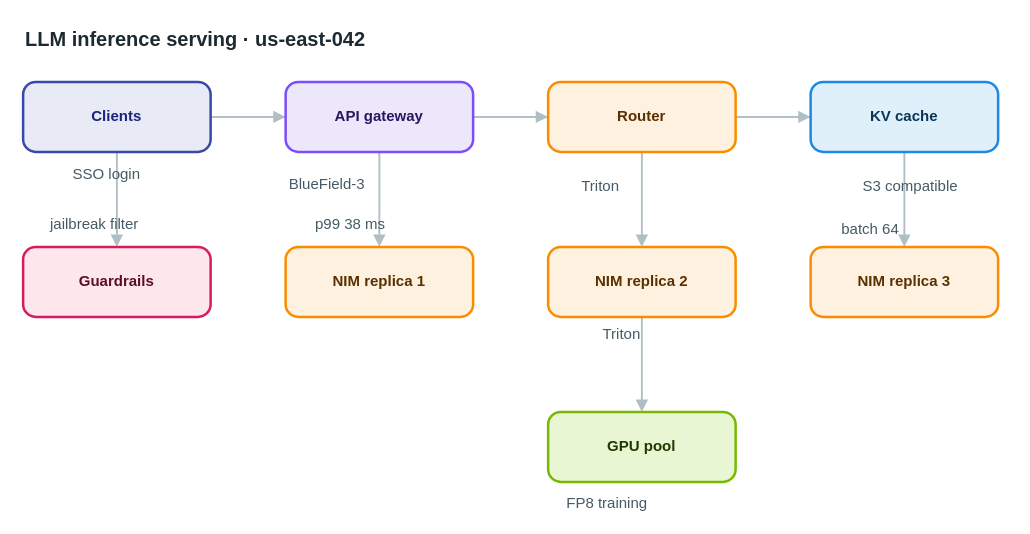
This is apps/web/public/samples/library/042-llm-inference-serving.drawio from AryanG01/open-apprentice, a draw.io file, before an edit. Source tidied: cells renumbered, new cells numbered last; positions are measured from the earlier drawing's top-left corner, leaving out a move shared by most shapes. Both pictures are drawn from the tidied source at 125%, with x=0, y=0 at pixel (22, 21).
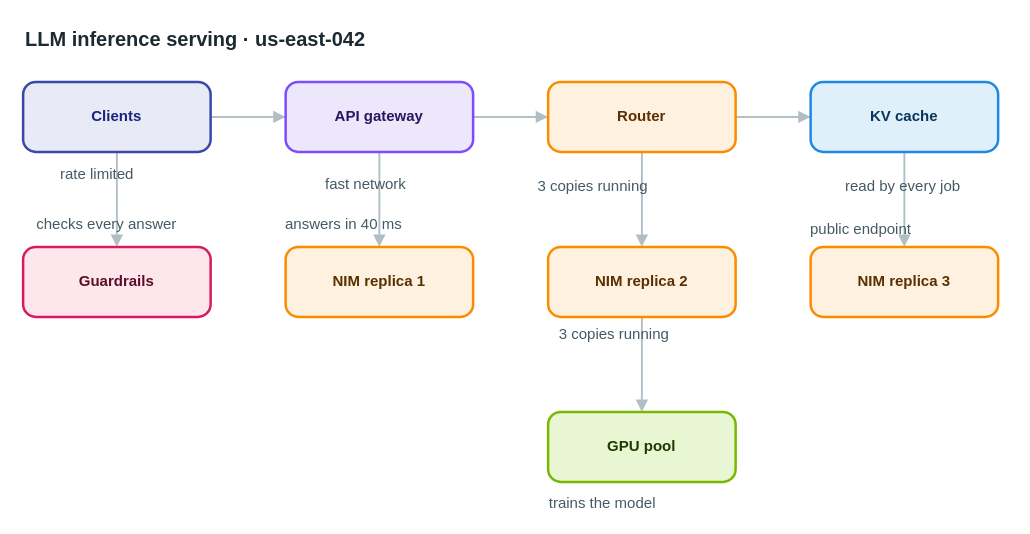
Above is the later version.

Change to the diagram source:
```diff
@@
-    <mxCell id="20" value="SSO login" style="text;html=1;align=left;verticalAlign=top;whiteSpace=nowrap;spacing=0;spacingTop=0;strokeColor=none;fillColor=none;fontSize=12;fontColor=#455a64;" parent="1" vertex="1">
-      <mxGeometry x="40" y="110" width="75" height="20" as="geometry" />
+    <mxCell id="20" value="rate limited" style="text;html=1;align=left;verticalAlign=top;whiteSpace=nowrap;spacing=0;spacingTop=0;strokeColor=none;fillColor=none;fontSize=12;fontColor=#455a64;" parent="1" vertex="1">
+      <mxGeometry x="30" y="110" width="96" height="20" as="geometry" />
     </mxCell>
-    <mxCell id="21" value="BlueField-3" style="text;html=1;align=left;verticalAlign=top;whiteSpace=nowrap;spacing=0;spacingTop=0;strokeColor=none;fillColor=none;fontSize=12;fontColor=#455a64;" parent="1" vertex="1">
-      <mxGeometry x="213" y="118" width="89" height="20" as="geometry" />
+    <mxCell id="21" value="fast network" style="text;html=1;align=left;verticalAlign=top;whiteSpace=nowrap;spacing=0;spacingTop=0;strokeColor=none;fillColor=none;fontSize=12;fontColor=#455a64;" parent="1" vertex="1">
+      <mxGeometry x="242" y="118" width="96" height="20" as="geometry" />
     </mxCell>
-    <mxCell id="22" value="Triton" style="text;html=1;align=left;verticalAlign=top;whiteSpace=nowrap;spacing=0;spacingTop=0;strokeColor=none;fillColor=none;fontSize=12;fontColor=#455a64;" parent="1" vertex="1">
-      <mxGeometry x="447" y="120" width="54" height="20" as="geometry" />
+    <mxCell id="22" value="3 copies running" style="text;html=1;align=left;verticalAlign=top;whiteSpace=nowrap;spacing=0;spacingTop=0;strokeColor=none;fillColor=none;fontSize=12;fontColor=#455a64;" parent="1" vertex="1">
+      <mxGeometry x="412" y="120" width="124" height="20" as="geometry" />
     </mxCell>
-    <mxCell id="23" value="p99 38 ms" style="text;html=1;align=left;verticalAlign=top;whiteSpace=nowrap;spacing=0;spacingTop=0;strokeColor=none;fillColor=none;fontSize=12;fontColor=#455a64;" parent="1" vertex="1">
-      <mxGeometry x="234" y="150" width="75" height="20" as="geometry" />
+    <mxCell id="23" value="answers in 40 ms" style="text;html=1;align=left;verticalAlign=top;whiteSpace=nowrap;spacing=0;spacingTop=0;strokeColor=none;fillColor=none;fontSize=12;fontColor=#455a64;" parent="1" vertex="1">
+      <mxGeometry x="210" y="150" width="124" height="20" as="geometry" />
     </mxCell>
-    <mxCell id="24" value="Triton" style="text;html=1;align=left;verticalAlign=top;whiteSpace=nowrap;spacing=0;spacingTop=0;strokeColor=none;fillColor=none;fontSize=12;fontColor=#455a64;" parent="1" vertex="1">
-      <mxGeometry x="464" y="238" width="54" height="20" as="geometry" />
+    <mxCell id="24" value="3 copies running" style="text;html=1;align=left;verticalAlign=top;whiteSpace=nowrap;spacing=0;spacingTop=0;strokeColor=none;fillColor=none;fontSize=12;fontColor=#455a64;" parent="1" vertex="1">
+      <mxGeometry x="429" y="238" width="124" height="20" as="geometry" />
     </mxCell>
-    <mxCell id="25" value="batch 64" style="text;html=1;align=left;verticalAlign=top;whiteSpace=nowrap;spacing=0;spacingTop=0;strokeColor=none;fillColor=none;fontSize=12;fontColor=#455a64;" parent="1" vertex="1">
-      <mxGeometry x="655" y="154" width="68" height="20" as="geometry" />
+    <mxCell id="25" value="public endpoint" style="text;html=1;align=left;verticalAlign=top;whiteSpace=nowrap;spacing=0;spacingTop=0;strokeColor=none;fillColor=none;fontSize=12;fontColor=#455a64;" parent="1" vertex="1">
+      <mxGeometry x="630" y="154" width="117" height="20" as="geometry" />
     </mxCell>
-    <mxCell id="26" value="S3 compatible" style="text;html=1;align=left;verticalAlign=top;whiteSpace=nowrap;spacing=0;spacingTop=0;strokeColor=none;fillColor=none;fontSize=12;fontColor=#455a64;" parent="1" vertex="1">
-      <mxGeometry x="672" y="120" width="103" height="20" as="geometry" />
+    <mxCell id="26" value="read by every job" style="text;html=1;align=left;verticalAlign=top;whiteSpace=nowrap;spacing=0;spacingTop=0;strokeColor=none;fillColor=none;fontSize=12;fontColor=#455a64;" parent="1" vertex="1">
+      <mxGeometry x="658" y="120" width="131" height="20" as="geometry" />
     </mxCell>
-    <mxCell id="27" value="FP8 training" style="text;html=1;align=left;verticalAlign=top;whiteSpace=nowrap;spacing=0;spacingTop=0;strokeColor=none;fillColor=none;fontSize=12;fontColor=#455a64;" parent="1" vertex="1">
-      <mxGeometry x="435" y="373" width="96" height="20" as="geometry" />
+    <mxCell id="27" value="trains the model" style="text;html=1;align=left;verticalAlign=top;whiteSpace=nowrap;spacing=0;spacingTop=0;strokeColor=none;fillColor=none;fontSize=12;fontColor=#455a64;" parent="1" vertex="1">
+      <mxGeometry x="421" y="373" width="124" height="20" as="geometry" />
     </mxCell>
-    <mxCell id="28" value="jailbreak filter" style="text;html=1;align=left;verticalAlign=top;whiteSpace=nowrap;spacing=0;spacingTop=0;strokeColor=none;fillColor=none;fontSize=12;fontColor=#455a64;" parent="1" vertex="1">
-      <mxGeometry x="22" y="150" width="124" height="20" as="geometry" />
+    <mxCell id="28" value="checks every answer" style="text;html=1;align=left;verticalAlign=top;whiteSpace=nowrap;spacing=0;spacingTop=0;strokeColor=none;fillColor=none;fontSize=12;fontColor=#455a64;" parent="1" vertex="1">
+      <mxGeometry x="11" y="150" width="145" height="20" as="geometry" />
     </mxCell>
```
